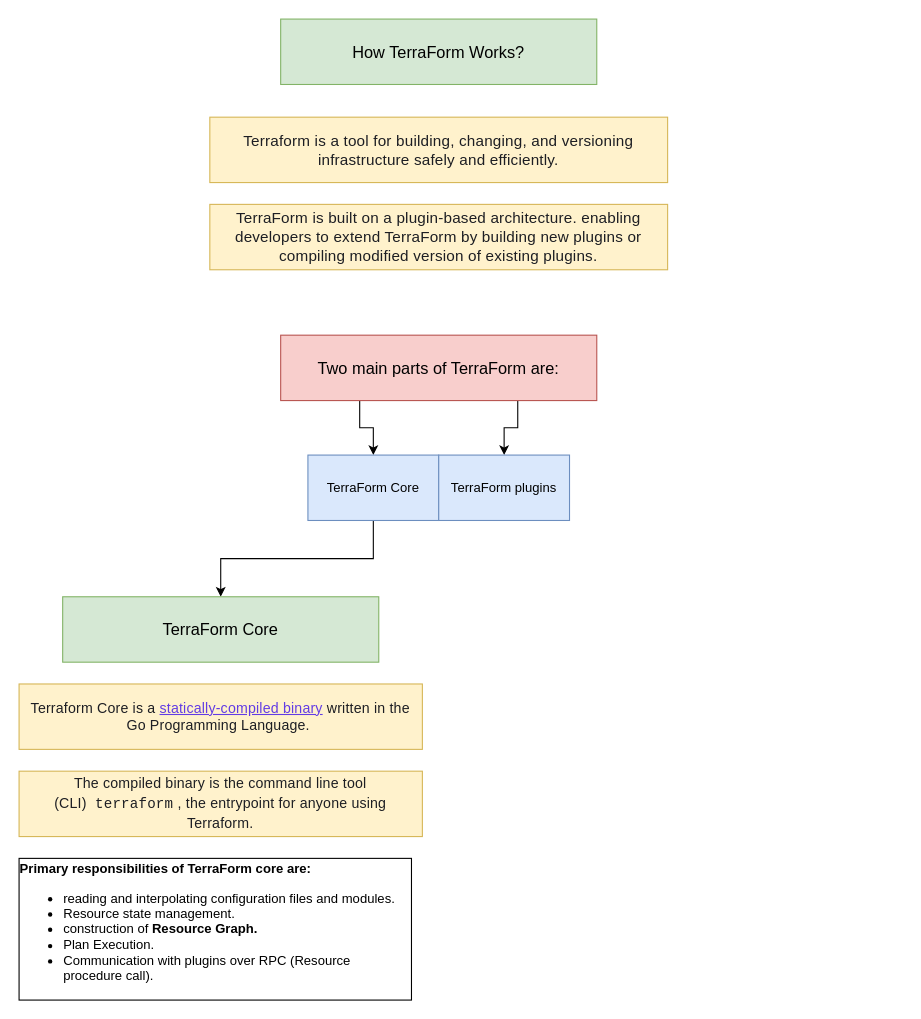
rikkhanna/Draw.io keeps this draw.io diagram as page "19-How it works" (19 of 19) of Terraform.drawio. Above is the earlier version. Source tidied: cells renumbered, new cells numbered last; positions are measured from the earlier drawing's top-left corner, leaving out a move shared by most shapes. Both pictures are drawn from the tidied source at 109%, with x=0, y=0 at pixel (19, 19).
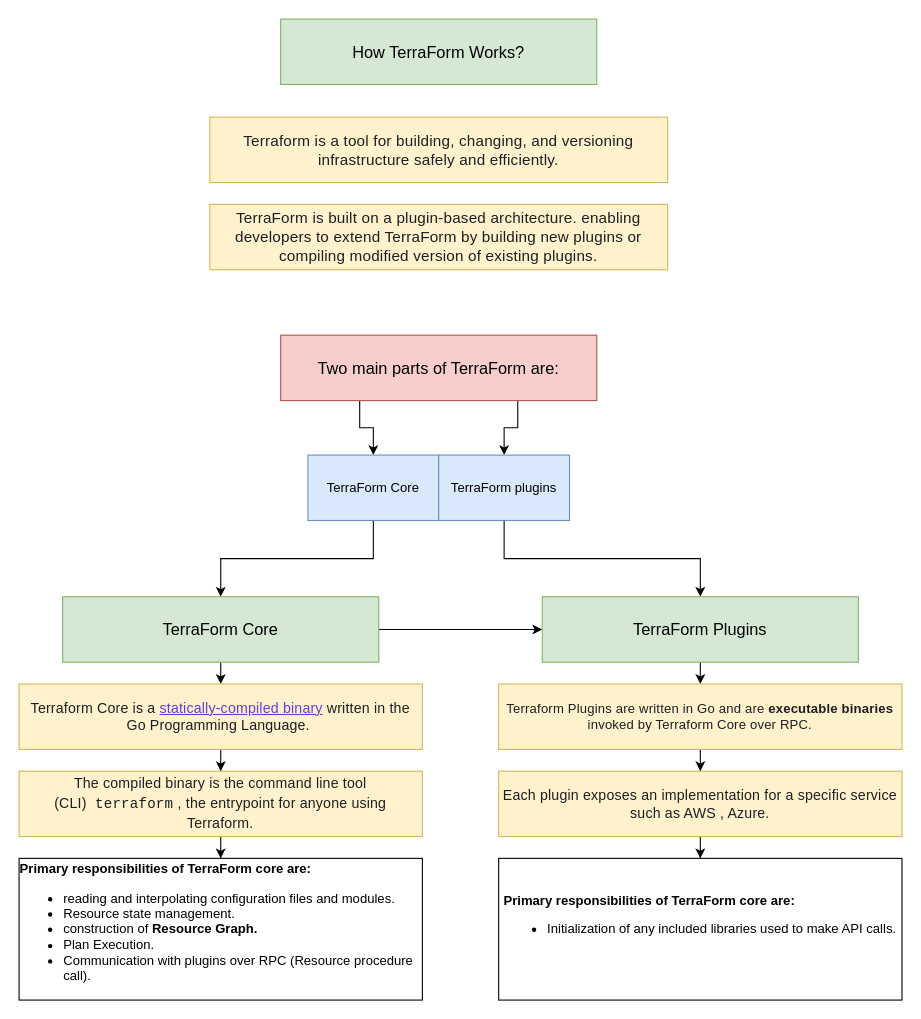
The same page after the edit.

Commit message:
added terraform plugins diagram

Unchanged cells that the change refers to:
```xml
<mxCell id="10" value="TerraForm plugins" style="rounded=0;whiteSpace=wrap;html=1;fillColor=#dae8fc;strokeColor=#6c8ebf;" parent="1" vertex="1">
  <mxGeometry x="385" y="400" width="120" height="60" as="geometry" />
</mxCell>
<mxCell id="11" value="&lt;font style=&quot;font-size: 15px&quot;&gt;TerraForm Core&lt;/font&gt;" style="rounded=0;whiteSpace=wrap;html=1;fillColor=#d5e8d4;strokeColor=#82b366;" parent="1" vertex="1">
  <mxGeometry x="40" y="530" width="290" height="60" as="geometry" />
</mxCell>
<mxCell id="12" value="&lt;font style=&quot;font-size: 13px&quot;&gt;&lt;span style=&quot;color: rgb(29 , 30 , 35) ; font-family: , &amp;#34;metro&amp;#34; , , &amp;#34;blinkmacsystemfont&amp;#34; , &amp;#34;segoe ui&amp;#34; , &amp;#34;roboto&amp;#34; , , &amp;#34;ubuntu&amp;#34; , &amp;#34;cantarell&amp;#34; , &amp;#34;helvetica neue&amp;#34; , sans-serif ; letter-spacing: 0.17008px&quot;&gt;Terraform Core is a&amp;nbsp;&lt;/span&gt;&lt;a href=&quot;https://en.wikipedia.org/wiki/Static_build#Static_building&quot; style=&quot;box-sizing: border-box ; color: rgb(98 , 60 , 228) ; font-family: , &amp;#34;metro&amp;#34; , , &amp;#34;blinkmacsystemfont&amp;#34; , &amp;#34;segoe ui&amp;#34; , &amp;#34;roboto&amp;#34; , , &amp;#34;ubuntu&amp;#34; , &amp;#34;cantarell&amp;#34; , &amp;#34;helvetica neue&amp;#34; , sans-serif ; letter-spacing: 0.17008px&quot;&gt;statically-compiled binary&lt;/a&gt;&lt;span style=&quot;color: rgb(29 , 30 , 35) ; font-family: , &amp;#34;metro&amp;#34; , , &amp;#34;blinkmacsystemfont&amp;#34; , &amp;#34;segoe ui&amp;#34; , &amp;#34;roboto&amp;#34; , , &amp;#34;ubuntu&amp;#34; , &amp;#34;cantarell&amp;#34; , &amp;#34;helvetica neue&amp;#34; , sans-serif ; letter-spacing: 0.17008px&quot;&gt;&amp;nbsp;written in the Go Programming Language.&lt;/span&gt;&lt;span style=&quot;color: rgb(29 , 30 , 35) ; font-family: , &amp;#34;metro&amp;#34; , , &amp;#34;blinkmacsystemfont&amp;#34; , &amp;#34;segoe ui&amp;#34; , &amp;#34;roboto&amp;#34; , , &amp;#34;ubuntu&amp;#34; , &amp;#34;cantarell&amp;#34; , &amp;#34;helvetica neue&amp;#34; , sans-serif ; letter-spacing: 0.17008px&quot;&gt;&amp;nbsp;&lt;/span&gt;&lt;br&gt;&lt;/font&gt;" style="rounded=0;whiteSpace=wrap;html=1;fillColor=#fff2cc;strokeColor=#d6b656;" parent="1" vertex="1">
  <mxGeometry y="610" width="370" height="60" as="geometry" />
</mxCell>
<mxCell id="13" value="&lt;font style=&quot;font-size: 13px&quot;&gt;&lt;span style=&quot;color: rgb(29 , 30 , 35) ; letter-spacing: 0.17008px&quot;&gt;The compiled binary is the command line tool (CLI)&amp;nbsp;&lt;/span&gt;&lt;code style=&quot;box-sizing: border-box ; padding: 2px 4px ; color: rgb(29 , 30 , 35) ; border-radius: 4px ; line-height: 1.63em ; letter-spacing: 0.17008px&quot;&gt;terraform&lt;/code&gt;&lt;span style=&quot;color: rgb(29 , 30 , 35) ; letter-spacing: 0.17008px&quot;&gt;, the entrypoint for anyone using Terraform.&lt;/span&gt;&lt;br&gt;&lt;/font&gt;" style="rounded=0;whiteSpace=wrap;html=1;fillColor=#fff2cc;strokeColor=#d6b656;" parent="1" vertex="1">
  <mxGeometry y="690" width="370" height="60" as="geometry" />
</mxCell>
```

The edit, as a diff of the source:
```diff
@@
+    <mxCell id="15" style="edgeStyle=orthogonalEdgeStyle;rounded=0;jettySize=auto;html=1;entryX=0.5;entryY=0;entryDx=0;entryDy=0;" parent="1" edge="1" source="10" target="21">
+      <mxGeometry relative="1" as="geometry" />
+    </mxCell>
@@
+    <mxCell id="16" style="edgeStyle=orthogonalEdgeStyle;rounded=0;jettySize=auto;html=1;exitX=0.5;exitY=1;exitDx=0;exitDy=0;entryX=0.5;entryY=0;entryDx=0;entryDy=0;" parent="1" edge="1" source="11" target="12">
+      <mxGeometry relative="1" as="geometry" />
+    </mxCell>
+    <mxCell id="17" style="edgeStyle=orthogonalEdgeStyle;rounded=0;jettySize=auto;html=1;entryX=0;entryY=0.5;entryDx=0;entryDy=0;" parent="1" edge="1" source="11" target="21">
+      <mxGeometry relative="1" as="geometry" />
+    </mxCell>
@@
+    <mxCell id="18" style="edgeStyle=orthogonalEdgeStyle;rounded=0;jettySize=auto;html=1;" parent="1" edge="1" source="12" target="13">
+      <mxGeometry relative="1" as="geometry" />
+    </mxCell>
@@
+    <mxCell id="19" style="edgeStyle=orthogonalEdgeStyle;rounded=0;jettySize=auto;html=1;" parent="1" edge="1" source="13" target="14">
+      <mxGeometry relative="1" as="geometry" />
+    </mxCell>
@@
     <mxCell id="14" value="&lt;div style=&quot;text-align: left&quot;&gt;&lt;span&gt;&lt;b&gt;Primary responsibilities of TerraForm core are:&lt;/b&gt;&lt;/span&gt;&lt;/div&gt;&lt;div style=&quot;text-align: left&quot;&gt;&lt;ul&gt;&lt;li&gt;&lt;span&gt;reading and interpolating configuration files and modules.&lt;/span&gt;&lt;/li&gt;&lt;li&gt;&lt;span&gt;Resource state management.&lt;/span&gt;&lt;/li&gt;&lt;li&gt;construction of &lt;b&gt;Resource Graph.&lt;/b&gt;&lt;/li&gt;&lt;li&gt;&lt;span&gt;Plan Execution.&lt;/span&gt;&lt;/li&gt;&lt;li&gt;&lt;span&gt;Communication with plugins over RPC (Resource procedure call).&lt;/span&gt;&lt;/li&gt;&lt;/ul&gt;&lt;/div&gt;" style="rounded=0;whiteSpace=wrap;html=1;" parent="1" vertex="1">
-      <mxGeometry y="770" width="360" height="130" as="geometry" />
+      <mxGeometry y="770" width="370" height="130" as="geometry" />
     </mxCell>
+    <mxCell id="20" style="edgeStyle=orthogonalEdgeStyle;rounded=0;jettySize=auto;html=1;exitX=0.5;exitY=1;exitDx=0;exitDy=0;entryX=0.5;entryY=0;entryDx=0;entryDy=0;" parent="1" edge="1" source="21" target="23">
+      <mxGeometry relative="1" as="geometry" />
+    </mxCell>
+    <mxCell id="21" value="&lt;font style=&quot;font-size: 15px&quot;&gt;TerraForm Plugins&lt;/font&gt;" style="rounded=0;whiteSpace=wrap;html=1;fillColor=#d5e8d4;strokeColor=#82b366;" parent="1" vertex="1">
+      <mxGeometry x="480" y="530" width="290" height="60" as="geometry" />
+    </mxCell>
+    <mxCell id="22" style="edgeStyle=orthogonalEdgeStyle;rounded=0;jettySize=auto;html=1;" parent="1" edge="1" source="23" target="25">
+      <mxGeometry relative="1" as="geometry" />
+    </mxCell>
+    <mxCell id="23" value="&lt;font&gt;&lt;span style=&quot;color: rgb(29 , 30 , 35) ; font-family: , &amp;#34;metro&amp;#34; , , &amp;#34;blinkmacsystemfont&amp;#34; , &amp;#34;segoe ui&amp;#34; , &amp;#34;roboto&amp;#34; , , &amp;#34;ubuntu&amp;#34; , &amp;#34;cantarell&amp;#34; , &amp;#34;helvetica neue&amp;#34; , sans-serif ; letter-spacing: 0.17008px&quot;&gt;&lt;font style=&quot;font-size: 12px&quot;&gt;Terraform Plugins are written in Go and are &lt;b&gt;executable binaries&lt;/b&gt; invoked by Terraform Core over RPC.&lt;/font&gt;&lt;/span&gt;&lt;br&gt;&lt;/font&gt;" style="rounded=0;whiteSpace=wrap;html=1;fillColor=#fff2cc;strokeColor=#d6b656;" parent="1" vertex="1">
+      <mxGeometry x="440" y="610" width="370" height="60" as="geometry" />
+    </mxCell>
+    <mxCell id="24" style="edgeStyle=orthogonalEdgeStyle;rounded=0;jettySize=auto;html=1;" parent="1" edge="1" source="25" target="26">
+      <mxGeometry relative="1" as="geometry" />
+    </mxCell>
+    <mxCell id="25" value="&lt;font style=&quot;font-size: 13px&quot;&gt;&lt;font color=&quot;#1d1e23&quot;&gt;&lt;span style=&quot;letter-spacing: 0.17008px&quot;&gt;Each plugin exposes an implementation for a specific service such as AWS , Azure.&lt;/span&gt;&lt;/font&gt;&lt;br&gt;&lt;/font&gt;" style="rounded=0;whiteSpace=wrap;html=1;fillColor=#fff2cc;strokeColor=#d6b656;" parent="1" vertex="1">
+      <mxGeometry x="440" y="690" width="370" height="60" as="geometry" />
+    </mxCell>
+    <mxCell id="26" value="&lt;div style=&quot;text-align: left&quot;&gt;&lt;span&gt;&lt;b&gt;Primary responsibilities of TerraForm core are:&lt;/b&gt;&lt;/span&gt;&lt;/div&gt;&lt;div style=&quot;text-align: left&quot;&gt;&lt;ul&gt;&lt;li&gt;Initialization of any included libraries used to make API calls.&lt;/li&gt;&lt;/ul&gt;&lt;div&gt;&lt;br&gt;&lt;/div&gt;&lt;/div&gt;" style="rounded=0;whiteSpace=wrap;html=1;" parent="1" vertex="1">
+      <mxGeometry x="440" y="770" width="370" height="130" as="geometry" />
+    </mxCell>
```
